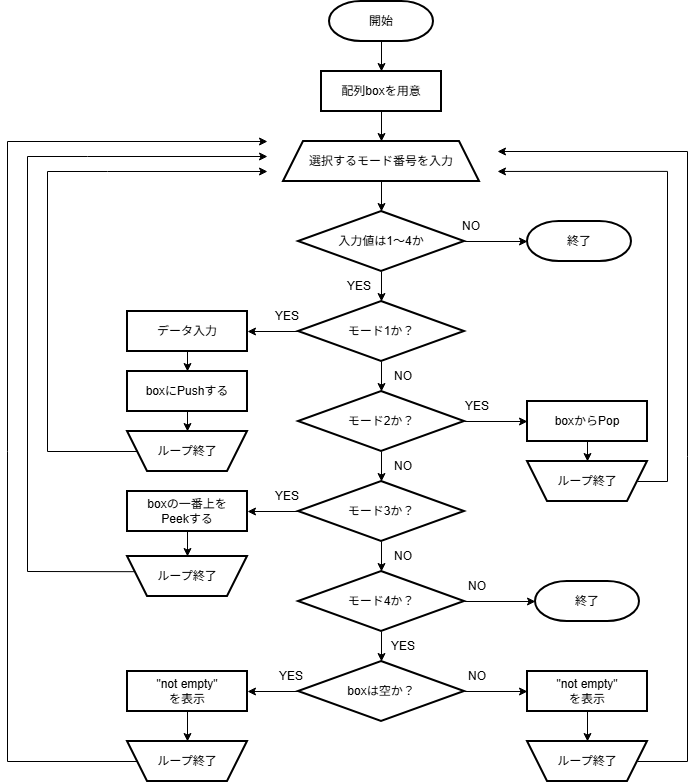
Above: lesson01.png in Hyuto46/5-7 (draw.io), before the change. Source tidied: cells renumbered, new cells last; positions are measured from the earlier drawing's top-left corner, leaving out a move shared by most shapes.
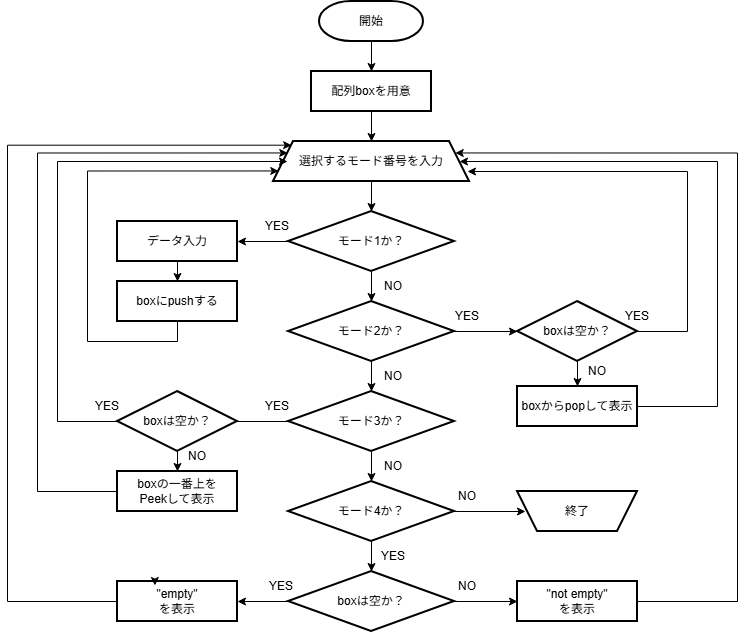
Above is the later version.

Change to the diagram source:
```diff
@@ -6,32 +6,25 @@
       <mxGeometry relative="1" as="geometry" />
     </mxCell>
     <mxCell id="3" value="開始" style="strokeWidth=2;html=1;shape=mxgraph.flowchart.terminator;whiteSpace=wrap;" parent="1" vertex="1">
-      <mxGeometry x="322" width="104" height="40" as="geometry" />
+      <mxGeometry x="322" y="90" width="104" height="40" as="geometry" />
     </mxCell>
     <mxCell id="4" style="edgeStyle=orthogonalEdgeStyle;rounded=0;jettySize=auto;html=1;" parent="1" edge="1" source="5" target="7">
       <mxGeometry relative="1" as="geometry" />
     </mxCell>
     <mxCell id="5" value="配列boxを用意" style="whiteSpace=wrap;html=1;strokeWidth=2;" parent="1" vertex="1">
-      <mxGeometry x="314" y="70" width="120" height="40" as="geometry" />
+      <mxGeometry x="314" y="160" width="120" height="40" as="geometry" />
     </mxCell>
-    <mxCell id="6" style="edgeStyle=orthogonalEdgeStyle;rounded=0;jettySize=auto;html=1;" parent="1" edge="1" source="7" target="11">
-      <mxGeometry relative="1" as="geometry" />
-    </mxCell>
     <mxCell id="7" value="選択するモード番号を入力" style="shape=trapezoid;perimeter=trapezoidPerimeter;whiteSpace=wrap;html=1;fixedSize=1;strokeWidth=2;" parent="1" vertex="1">
-      <mxGeometry x="276" y="140" width="196" height="40" as="geometry" />
+      <mxGeometry x="276" y="230" width="196" height="40" as="geometry" />
     </mxCell>
     <mxCell id="8" style="edgeStyle=orthogonalEdgeStyle;rounded=0;orthogonalLoop=1;jettySize=auto;html=1;exitX=0.5;exitY=1;exitDx=0;exitDy=0;" parent="1" edge="1" source="5" target="5">
       <mxGeometry relative="1" as="geometry" />
     </mxCell>
-    <mxCell id="9" style="edgeStyle=orthogonalEdgeStyle;rounded=0;jettySize=auto;html=1;" parent="1" edge="1" source="11" target="14">
-      <mxGeometry relative="1" as="geometry" />
+    <mxCell id="9" style="edgeStyle=orthogonalEdgeStyle;rounded=0;jettySize=auto;html=1;" parent="1" edge="1" target="14">
+      <mxGeometry relative="1" as="geometry">
+        <mxPoint x="374" y="270" as="sourcePoint" />
+      </mxGeometry>
     </mxCell>
-    <mxCell id="10" style="edgeStyle=orthogonalEdgeStyle;rounded=0;jettySize=auto;html=1;endArrow=classic;endFill=1;entryX=0;entryY=0.5;entryDx=0;entryDy=0;entryPerimeter=0;" parent="1" edge="1" source="11" target="26">
-      <mxGeometry relative="1" as="geometry" />
-    </mxCell>
-    <mxCell id="11" value="入力値は1～4か" style="rhombus;whiteSpace=wrap;html=1;strokeWidth=2;" parent="1" vertex="1">
-      <mxGeometry x="291" y="210" width="166" height="60" as="geometry" />
-    </mxCell>
     <mxCell id="12" style="edgeStyle=orthogonalEdgeStyle;rounded=0;jettySize=auto;html=1;" parent="1" edge="1" source="14" target="16">
       <mxGeometry relative="1" as="geometry" />
     </mxCell>
@@ -59,8 +52,10 @@
     <mxCell id="20" style="edgeStyle=orthogonalEdgeStyle;rounded=0;jettySize=auto;html=1;" parent="1" edge="1" source="22" target="25">
       <mxGeometry relative="1" as="geometry" />
     </mxCell>
-    <mxCell id="21" style="edgeStyle=orthogonalEdgeStyle;rounded=0;jettySize=auto;html=1;" parent="1" edge="1" source="22" target="38">
-      <mxGeometry relative="1" as="geometry" />
+    <mxCell id="21" style="edgeStyle=orthogonalEdgeStyle;rounded=0;jettySize=auto;html=1;" parent="1" edge="1" source="22">
+      <mxGeometry relative="1" as="geometry">
+        <mxPoint x="528" y="600" as="targetPoint" />
+      </mxGeometry>
     </mxCell>
     <mxCell id="22" value="モード4か？" style="rhombus;whiteSpace=wrap;html=1;strokeWidth=2;" parent="1" vertex="1">
       <mxGeometry x="291" y="570" width="166" height="60" as="geometry" />
@@ -74,20 +69,16 @@
     <mxCell id="25" value="boxは空か？" style="rhombus;whiteSpace=wrap;html=1;strokeWidth=2;" parent="1" vertex="1">
       <mxGeometry x="291" y="660" width="166" height="60" as="geometry" />
     </mxCell>
-    <mxCell id="26" value="終了" style="strokeWidth=2;html=1;shape=mxgraph.flowchart.terminator;whiteSpace=wrap;" parent="1" vertex="1">
-      <mxGeometry x="520" y="220" width="104" height="40" as="geometry" />
-    </mxCell>
-    <mxCell id="27" style="edgeStyle=orthogonalEdgeStyle;rounded=0;jettySize=auto;html=1;" parent="1" edge="1" source="30" target="28">
-      <mxGeometry relative="1" as="geometry" />
-    </mxCell>
-    <mxCell id="28" value="ループ終了" style="shape=trapezoid;perimeter=trapezoidPerimeter;whiteSpace=wrap;html=1;fixedSize=1;strokeWidth=2;rotation=0;verticalAlign=middle;horizontal=1;direction=west;" parent="1" vertex="1">
-      <mxGeometry x="520" y="460" width="120" height="40" as="geometry" />
-    </mxCell>
-    <mxCell id="29" style="edgeStyle=orthogonalEdgeStyle;rounded=0;jettySize=auto;html=1;endArrow=classic;endFill=1;" parent="1" edge="1" source="16" target="30">
-      <mxGeometry relative="1" as="geometry" />
-    </mxCell>
+    <mxCell id="65" style="edgeStyle=orthogonalEdgeStyle;rounded=0;jettySize=auto;html=1;" parent="1" edge="1" source="30" target="7">
+      <mxGeometry relative="1" as="geometry">
+        <Array as="points">
+          <mxPoint x="720" y="495" />
+          <mxPoint x="720" y="250" />
+        </Array>
+      </mxGeometry>
+    </mxCell>
-    <mxCell id="30" value="boxからPop" style="whiteSpace=wrap;html=1;strokeWidth=2;" parent="1" vertex="1">
-      <mxGeometry x="520" y="400" width="120" height="40" as="geometry" />
+    <mxCell id="30" value="boxからpopして表示" style="whiteSpace=wrap;html=1;strokeWidth=2;" parent="1" vertex="1">
+      <mxGeometry x="520" y="475" width="120" height="40" as="geometry" />
     </mxCell>
     <mxCell id="31" style="edgeStyle=orthogonalEdgeStyle;rounded=0;jettySize=auto;html=1;" parent="1" edge="1" source="32" target="34">
       <mxGeometry relative="1" as="geometry" />
@@ -95,108 +86,54 @@
     <mxCell id="32" value="データ入力" style="whiteSpace=wrap;html=1;strokeWidth=2;" parent="1" vertex="1">
       <mxGeometry x="120" y="310" width="120" height="40" as="geometry" />
     </mxCell>
-    <mxCell id="33" style="edgeStyle=orthogonalEdgeStyle;rounded=0;jettySize=auto;html=1;" parent="1" edge="1" source="34" target="35">
-      <mxGeometry relative="1" as="geometry" />
+    <mxCell id="33" style="edgeStyle=orthogonalEdgeStyle;rounded=0;jettySize=auto;html=1;entryX=0;entryY=0.75;entryDx=0;entryDy=0;" parent="1" edge="1" source="34" target="7">
+      <mxGeometry relative="1" as="geometry">
+        <Array as="points">
+          <mxPoint x="180" y="430" />
+          <mxPoint x="90" y="430" />
+          <mxPoint x="90" y="259" />
+        </Array>
+      </mxGeometry>
     </mxCell>
-    <mxCell id="34" value="boxにPushする" style="whiteSpace=wrap;html=1;strokeWidth=2;" parent="1" vertex="1">
+    <mxCell id="34" value="boxにpushする" style="whiteSpace=wrap;html=1;strokeWidth=2;" parent="1" vertex="1">
       <mxGeometry x="120" y="370" width="120" height="40" as="geometry" />
     </mxCell>
-    <mxCell id="35" value="ループ終了" style="shape=trapezoid;perimeter=trapezoidPerimeter;whiteSpace=wrap;html=1;fixedSize=1;strokeWidth=2;rotation=0;verticalAlign=middle;horizontal=1;direction=west;" parent="1" vertex="1">
-      <mxGeometry x="120" y="430" width="120" height="40" as="geometry" />
-    </mxCell>
-    <mxCell id="36" style="edgeStyle=orthogonalEdgeStyle;rounded=0;jettySize=auto;html=1;" parent="1" edge="1" source="37" target="45">
-      <mxGeometry relative="1" as="geometry" />
-    </mxCell>
+    <mxCell id="66" style="edgeStyle=orthogonalEdgeStyle;rounded=0;jettySize=auto;html=1;entryX=0;entryY=0.25;entryDx=0;entryDy=0;" parent="1" edge="1" source="37" target="7">
+      <mxGeometry relative="1" as="geometry">
+        <Array as="points">
+          <mxPoint x="40" y="580" />
+          <mxPoint x="40" y="241" />
+        </Array>
+      </mxGeometry>
+    </mxCell>
-    <mxCell id="37" value="boxの一番上を&lt;div&gt;Peekする&lt;/div&gt;" style="whiteSpace=wrap;html=1;strokeWidth=2;" parent="1" vertex="1">
-      <mxGeometry x="120" y="490" width="120" height="40" as="geometry" />
+    <mxCell id="37" value="boxの一番上を&lt;div&gt;Peekして表示&lt;/div&gt;" style="whiteSpace=wrap;html=1;strokeWidth=2;" parent="1" vertex="1">
+      <mxGeometry x="120" y="560" width="120" height="40" as="geometry" />
     </mxCell>
-    <mxCell id="38" value="終了" style="strokeWidth=2;html=1;shape=mxgraph.flowchart.terminator;whiteSpace=wrap;" parent="1" vertex="1">
-      <mxGeometry x="528" y="580" width="104" height="40" as="geometry" />
-    </mxCell>
-    <mxCell id="39" style="edgeStyle=orthogonalEdgeStyle;rounded=0;jettySize=auto;html=1;" parent="1" edge="1" source="40" target="41">
-      <mxGeometry relative="1" as="geometry" />
-    </mxCell>
+    <mxCell id="67" style="edgeStyle=orthogonalEdgeStyle;rounded=0;jettySize=auto;html=1;entryX=1;entryY=0.25;entryDx=0;entryDy=0;" parent="1" edge="1" source="40" target="7">
+      <mxGeometry relative="1" as="geometry">
+        <Array as="points">
+          <mxPoint x="740" y="690" />
+          <mxPoint x="740" y="241" />
+        </Array>
+      </mxGeometry>
+    </mxCell>
     <mxCell id="40" value="&quot;not empty&quot;&lt;div&gt;を表示&lt;/div&gt;" style="whiteSpace=wrap;html=1;strokeWidth=2;" parent="1" vertex="1">
       <mxGeometry x="520" y="670" width="120" height="40" as="geometry" />
     </mxCell>
-    <mxCell id="41" value="ループ終了" style="shape=trapezoid;perimeter=trapezoidPerimeter;whiteSpace=wrap;html=1;fixedSize=1;strokeWidth=2;rotation=0;verticalAlign=middle;horizontal=1;direction=west;" parent="1" vertex="1">
-      <mxGeometry x="520" y="740" width="120" height="40" as="geometry" />
-    </mxCell>
-    <mxCell id="42" style="edgeStyle=orthogonalEdgeStyle;rounded=0;jettySize=auto;html=1;" parent="1" edge="1" source="43" target="44">
-      <mxGeometry relative="1" as="geometry" />
-    </mxCell>
+    <mxCell id="68" style="edgeStyle=orthogonalEdgeStyle;rounded=0;jettySize=auto;html=1;entryX=0;entryY=0;entryDx=0;entryDy=0;" parent="1" edge="1" source="43" target="7">
+      <mxGeometry relative="1" as="geometry">
+        <Array as="points">
+          <mxPoint x="10" y="690" />
+          <mxPoint x="10" y="234" />
+        </Array>
+      </mxGeometry>
+    </mxCell>
-    <mxCell id="43" value="&quot;not empty&quot;&lt;div&gt;を表示&lt;/div&gt;" style="whiteSpace=wrap;html=1;strokeWidth=2;" parent="1" vertex="1">
+    <mxCell id="43" value="&quot;empty&quot;&lt;div&gt;を表示&lt;/div&gt;" style="whiteSpace=wrap;html=1;strokeWidth=2;" parent="1" vertex="1">
       <mxGeometry x="120" y="670" width="120" height="40" as="geometry" />
     </mxCell>
-    <mxCell id="44" value="ループ終了" style="shape=trapezoid;perimeter=trapezoidPerimeter;whiteSpace=wrap;html=1;fixedSize=1;strokeWidth=2;rotation=0;verticalAlign=middle;horizontal=1;direction=west;" parent="1" vertex="1">
-      <mxGeometry x="120" y="740" width="120" height="40" as="geometry" />
-    </mxCell>
-    <mxCell id="45" value="ループ終了" style="shape=trapezoid;perimeter=trapezoidPerimeter;whiteSpace=wrap;html=1;fixedSize=1;strokeWidth=2;rotation=0;verticalAlign=middle;horizontal=1;direction=west;" parent="1" vertex="1">
-      <mxGeometry x="120" y="555" width="120" height="40" as="geometry" />
+    <mxCell id="45" value="終了" style="shape=trapezoid;perimeter=trapezoidPerimeter;whiteSpace=wrap;html=1;fixedSize=1;strokeWidth=2;rotation=0;verticalAlign=middle;horizontal=1;direction=west;" parent="1" vertex="1">
+      <mxGeometry x="520" y="580" width="120" height="40" as="geometry" />
     </mxCell>
-    <mxCell id="46" style="orthogonalLoop=1;jettySize=auto;html=1;rounded=0;edgeStyle=orthogonalEdgeStyle;" parent="1" edge="1">
-      <mxGeometry relative="1" as="geometry">
-        <mxPoint x="40" y="450" as="sourcePoint" />
-        <mxPoint x="260" y="170" as="targetPoint" />
-        <Array as="points">
-          <mxPoint x="100" y="170" />
-          <mxPoint x="100" y="170" />
-        </Array>
-      </mxGeometry>
-    </mxCell>
-    <mxCell id="47" style="endArrow=none;html=1;rounded=0;" parent="1" edge="1" target="35">
-      <mxGeometry relative="1" as="geometry">
-        <mxPoint x="40" y="450" as="sourcePoint" />
-      </mxGeometry>
-    </mxCell>
-    <mxCell id="48" style="orthogonalLoop=1;jettySize=auto;html=1;rounded=0;edgeStyle=orthogonalEdgeStyle;" parent="1" edge="1">
-      <mxGeometry relative="1" as="geometry">
-        <mxPoint x="20" y="570" as="sourcePoint" />
-        <mxPoint x="260" y="155" as="targetPoint" />
-        <Array as="points">
-          <mxPoint x="80" y="155" />
-          <mxPoint x="80" y="155" />
-        </Array>
-      </mxGeometry>
-    </mxCell>
-    <mxCell id="49" style="endArrow=none;html=1;rounded=0;entryX=0.94;entryY=0.62;entryDx=0;entryDy=0;entryPerimeter=0;" parent="1" edge="1" target="45">
-      <mxGeometry relative="1" as="geometry">
-        <mxPoint x="20" y="570" as="sourcePoint" />
-      </mxGeometry>
-    </mxCell>
-    <mxCell id="50" style="jettySize=auto;html=1;rounded=0;edgeStyle=orthogonalEdgeStyle;exitX=1;exitY=0.5;exitDx=0;exitDy=0;" parent="1" edge="1" source="44">
-      <mxGeometry relative="1" as="geometry">
-        <mxPoint x="260" y="140" as="targetPoint" />
-        <Array as="points">
-          <mxPoint y="760" />
-          <mxPoint y="140" />
-        </Array>
-      </mxGeometry>
-    </mxCell>
-    <mxCell id="51" style="jettySize=auto;html=1;rounded=0;edgeStyle=orthogonalEdgeStyle;exitX=0;exitY=0.5;exitDx=0;exitDy=0;" parent="1" edge="1" source="28">
-      <mxGeometry relative="1" as="geometry">
-        <mxPoint x="490" y="169.9" as="targetPoint" />
-        <Array as="points">
-          <mxPoint x="660" y="480" />
-          <mxPoint x="660" y="170" />
-        </Array>
-      </mxGeometry>
-    </mxCell>
-    <mxCell id="52" style="jettySize=auto;html=1;rounded=0;edgeStyle=orthogonalEdgeStyle;exitX=0;exitY=0.5;exitDx=0;exitDy=0;" parent="1" edge="1" source="41">
-      <mxGeometry relative="1" as="geometry">
-        <mxPoint x="490" y="150" as="targetPoint" />
-        <Array as="points">
-          <mxPoint x="680" y="760" />
-          <mxPoint x="680" y="150" />
-        </Array>
-      </mxGeometry>
-    </mxCell>
-    <mxCell id="53" value="NO" style="text;html=1;whiteSpace=wrap;strokeColor=none;fillColor=none;align=center;verticalAlign=middle;rounded=0;" parent="1" vertex="1">
-      <mxGeometry x="434" y="210" width="60" height="30" as="geometry" />
-    </mxCell>
-    <mxCell id="54" value="YES" style="text;html=1;whiteSpace=wrap;strokeColor=none;fillColor=none;align=center;verticalAlign=middle;rounded=0;" parent="1" vertex="1">
-      <mxGeometry x="322" y="270" width="60" height="30" as="geometry" />
-    </mxCell>
     <mxCell id="55" value="YES" style="text;html=1;whiteSpace=wrap;strokeColor=none;fillColor=none;align=center;verticalAlign=middle;rounded=0;" parent="1" vertex="1">
       <mxGeometry x="250" y="300" width="60" height="30" as="geometry" />
     </mxCell>
@@ -227,5 +164,51 @@
     <mxCell id="64" value="YES" style="text;html=1;whiteSpace=wrap;strokeColor=none;fillColor=none;align=center;verticalAlign=middle;rounded=0;" parent="1" vertex="1">
       <mxGeometry x="366" y="630" width="60" height="30" as="geometry" />
     </mxCell>
+    <mxCell id="69" style="edgeStyle=orthogonalEdgeStyle;rounded=0;orthogonalLoop=1;jettySize=auto;html=1;exitX=0.25;exitY=0;exitDx=0;exitDy=0;entryX=0.312;entryY=0.1;entryDx=0;entryDy=0;entryPerimeter=0;" parent="1" edge="1" source="43" target="43">
+      <mxGeometry relative="1" as="geometry" />
+    </mxCell>
+    <mxCell id="70" style="edgeStyle=orthogonalEdgeStyle;rounded=0;jettySize=auto;html=1;exitX=1;exitY=0.5;exitDx=0;exitDy=0;" parent="1" edge="1" source="77">
+      <mxGeometry relative="1" as="geometry">
+        <mxPoint x="470" y="260" as="targetPoint" />
+        <Array as="points">
+          <mxPoint x="690" y="420" />
+          <mxPoint x="690" y="260" />
+        </Array>
+      </mxGeometry>
+    </mxCell>
+    <mxCell id="71" value="YES" style="text;html=1;whiteSpace=wrap;strokeColor=none;fillColor=none;align=center;verticalAlign=middle;rounded=0;" parent="1" vertex="1">
+      <mxGeometry x="610" y="390" width="60" height="30" as="geometry" />
+    </mxCell>
+    <mxCell id="72" value="NO" style="text;html=1;whiteSpace=wrap;strokeColor=none;fillColor=none;align=center;verticalAlign=middle;rounded=0;" parent="1" vertex="1">
+      <mxGeometry x="570" y="445" width="60" height="30" as="geometry" />
+    </mxCell>
+    <mxCell id="73" style="edgeStyle=orthogonalEdgeStyle;rounded=0;jettySize=auto;html=1;" parent="1" edge="1" source="74">
+      <mxGeometry relative="1" as="geometry">
+        <mxPoint x="290" y="250" as="targetPoint" />
+        <Array as="points">
+          <mxPoint x="60" y="510" />
+          <mxPoint x="60" y="250" />
+          <mxPoint x="290" y="250" />
+        </Array>
+      </mxGeometry>
+    </mxCell>
+    <mxCell id="74" value="boxは空か？" style="rhombus;whiteSpace=wrap;html=1;strokeWidth=2;" parent="1" vertex="1">
+      <mxGeometry x="120" y="480" width="120" height="60" as="geometry" />
+    </mxCell>
+    <mxCell id="75" style="edgeStyle=orthogonalEdgeStyle;rounded=0;jettySize=auto;html=1;endArrow=classic;endFill=1;" parent="1" edge="1" source="16" target="77">
+      <mxGeometry relative="1" as="geometry" />
+    </mxCell>
+    <mxCell id="76" style="edgeStyle=orthogonalEdgeStyle;rounded=0;jettySize=auto;html=1;" parent="1" edge="1" source="77" target="30">
+      <mxGeometry relative="1" as="geometry" />
+    </mxCell>
+    <mxCell id="77" value="boxは空か？" style="rhombus;whiteSpace=wrap;html=1;strokeWidth=2;" parent="1" vertex="1">
+      <mxGeometry x="520" y="390" width="120" height="60" as="geometry" />
+    </mxCell>
+    <mxCell id="78" value="YES" style="text;html=1;whiteSpace=wrap;strokeColor=none;fillColor=none;align=center;verticalAlign=middle;rounded=0;" parent="1" vertex="1">
+      <mxGeometry x="80" y="480" width="60" height="30" as="geometry" />
+    </mxCell>
+    <mxCell id="79" value="NO" style="text;html=1;whiteSpace=wrap;strokeColor=none;fillColor=none;align=center;verticalAlign=middle;rounded=0;" parent="1" vertex="1">
+      <mxGeometry x="170" y="530" width="60" height="30" as="geometry" />
+    </mxCell>
   </root>
 </mxGraphModel>
```
